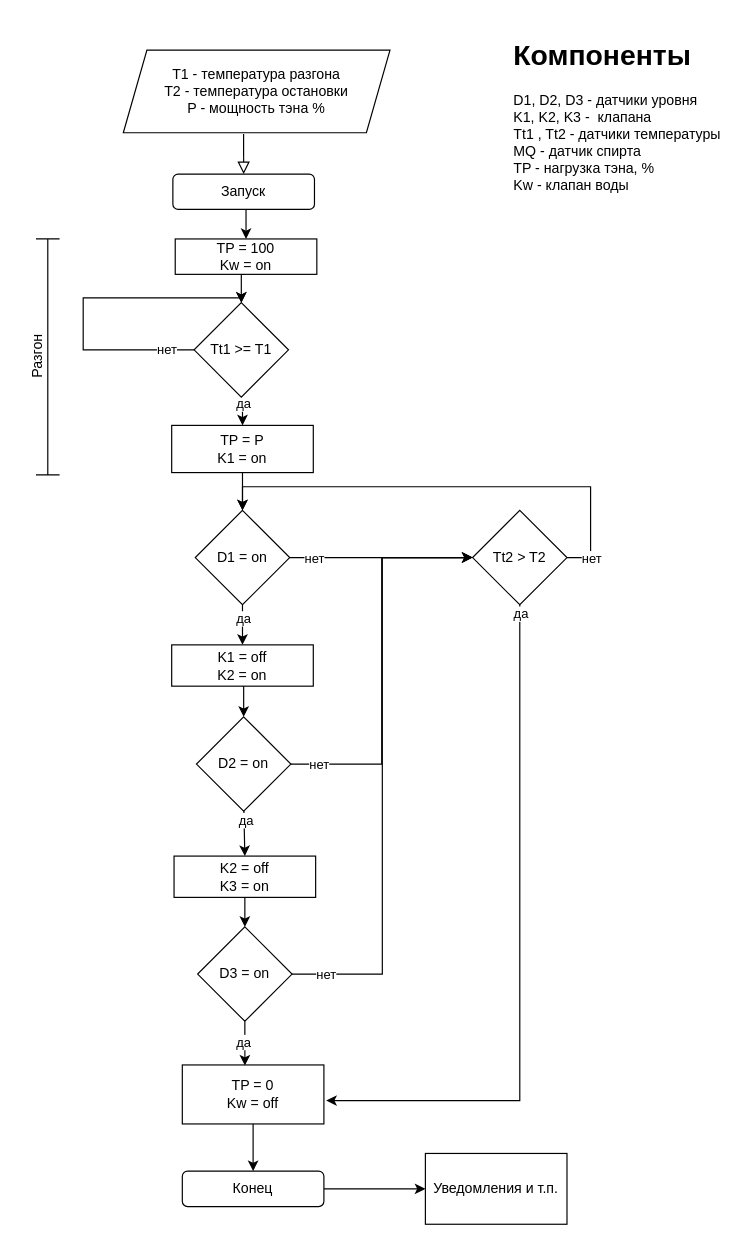
Earlier version of the draw.io diagram Untitled Diagram.drawio (sdimka/git-test). Source tidied: cells renumbered, new cells numbered last; positions are measured from the earlier drawing's top-left corner, leaving out a move shared by most shapes. Both pictures are drawn from the tidied source at 118%, with x=0, y=0 at pixel (2, 32).
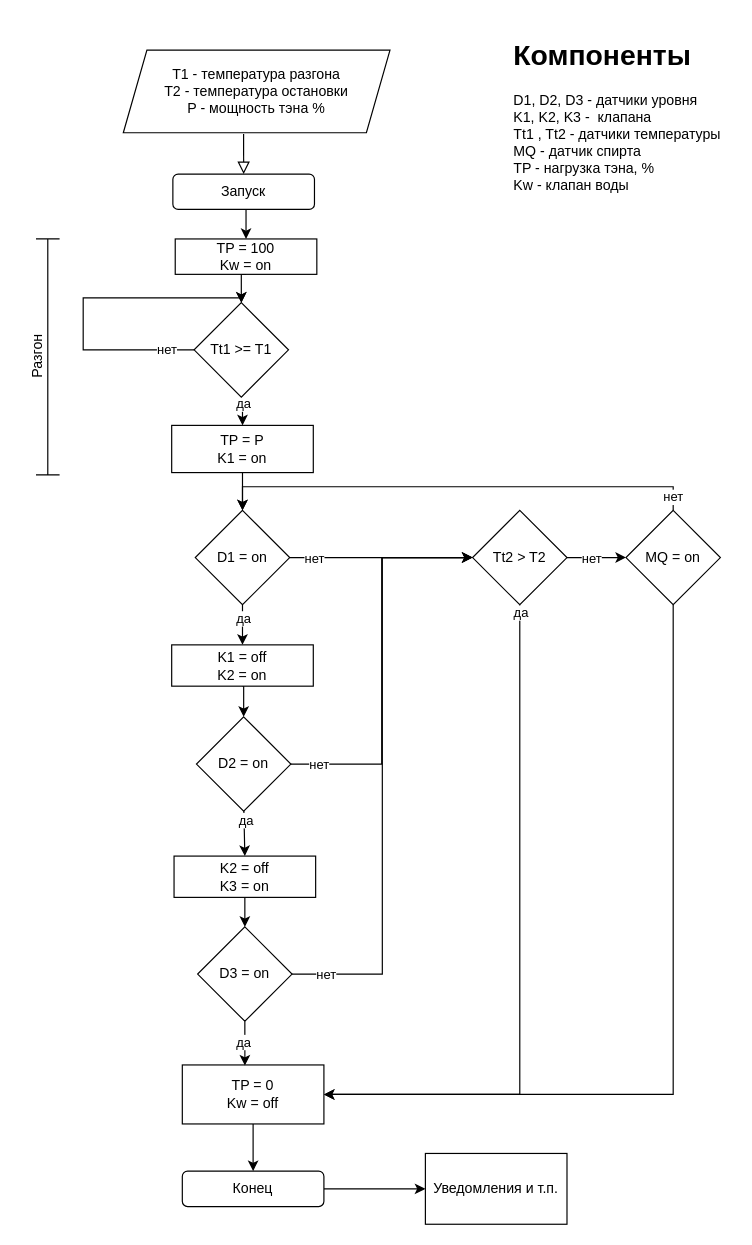
The same page after the edit.

The change refers to these unchanged cells:
```xml
<mxCell id="19" value="D1 = on" style="rhombus;whiteSpace=wrap;html=1;" parent="1" vertex="1">
  <mxGeometry x="163" y="405" width="80" height="80" as="geometry" />
</mxCell>
<mxCell id="24" value="Tt2 &amp;gt; T2" style="rhombus;whiteSpace=wrap;html=1;" parent="1" vertex="1">
  <mxGeometry x="398" y="405" width="80" height="80" as="geometry" />
</mxCell>
<mxCell id="26" value="TP = 0&lt;br&gt;Kw = off" style="rounded=0;whiteSpace=wrap;html=1;" parent="1" vertex="1">
  <mxGeometry x="152" y="875" width="120" height="50" as="geometry" />
</mxCell>
```

The edit, as a diff of the source:
```diff
@@
-    <mxCell id="20" style="edgeStyle=orthogonalEdgeStyle;rounded=0;jettySize=auto;html=1;exitX=1;exitY=0.5;exitDx=0;exitDy=0;entryX=0.5;entryY=0;entryDx=0;entryDy=0;" parent="1" edge="1" source="24" target="19">
-      <mxGeometry relative="1" as="geometry">
-        <Array as="points">
-          <mxPoint x="498" y="445" />
-          <mxPoint x="498" y="385" />
-          <mxPoint x="203" y="385" />
-        </Array>
-      </mxGeometry>
+    <mxCell id="20" style="edgeStyle=orthogonalEdgeStyle;rounded=0;jettySize=auto;html=1;exitX=1;exitY=0.5;exitDx=0;exitDy=0;entryX=0;entryY=0.5;entryDx=0;entryDy=0;" parent="1" edge="1" source="24" target="49">
+      <mxGeometry relative="1" as="geometry" />
     </mxCell>
     <mxCell id="21" value="нет" style="edgeLabel;html=1;align=center;verticalAlign=middle;" parent="20" vertex="1">
       <mxGeometry x="0.08" y="1" relative="1" as="geometry">
-        <mxPoint x="133" y="59" as="offset" />
+        <mxPoint x="-7" y="1" as="offset" />
       </mxGeometry>
     </mxCell>
-    <mxCell id="22" style="edgeStyle=orthogonalEdgeStyle;rounded=0;jettySize=auto;html=1;exitX=0.5;exitY=1;exitDx=0;exitDy=0;entryX=1.016;entryY=0.604;entryDx=0;entryDy=0;entryPerimeter=0;" parent="1" edge="1" source="24" target="26">
+    <mxCell id="22" style="edgeStyle=orthogonalEdgeStyle;rounded=0;jettySize=auto;html=1;exitX=0.5;exitY=1;exitDx=0;exitDy=0;entryX=1;entryY=0.5;entryDx=0;entryDy=0;" parent="1" edge="1" source="24" target="26">
       <mxGeometry relative="1" as="geometry">
         <Array as="points">
-          <mxPoint x="438" y="905" />
+          <mxPoint x="438" y="900" />
         </Array>
       </mxGeometry>
     </mxCell>
@@
+    <mxCell id="46" style="edgeStyle=orthogonalEdgeStyle;rounded=0;jettySize=auto;html=1;exitX=0.5;exitY=1;exitDx=0;exitDy=0;entryX=1;entryY=0.5;entryDx=0;entryDy=0;" parent="1" edge="1" source="49" target="26">
+      <mxGeometry relative="1" as="geometry" />
+    </mxCell>
+    <mxCell id="47" style="edgeStyle=orthogonalEdgeStyle;rounded=0;jettySize=auto;html=1;exitX=0.5;exitY=0;exitDx=0;exitDy=0;entryX=0.5;entryY=0;entryDx=0;entryDy=0;" parent="1" edge="1" source="49" target="19">
+      <mxGeometry relative="1" as="geometry" />
+    </mxCell>
+    <mxCell id="48" value="нет" style="edgeLabel;html=1;align=center;verticalAlign=middle;" parent="47" vertex="1">
+      <mxGeometry x="-0.94" y="1" relative="1" as="geometry" />
+    </mxCell>
+    <mxCell id="49" value="MQ = on" style="rhombus;whiteSpace=wrap;html=1;" parent="1" vertex="1">
+      <mxGeometry x="528" y="405" width="80" height="80" as="geometry" />
+    </mxCell>
```
